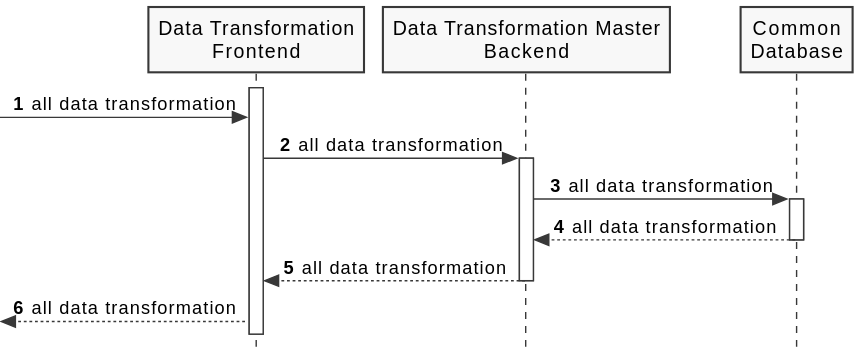
Earlier version of the PlantUML export docs/diagrams/process-view-level2-uc04.svg (FilipeMCruz/sensae-console).
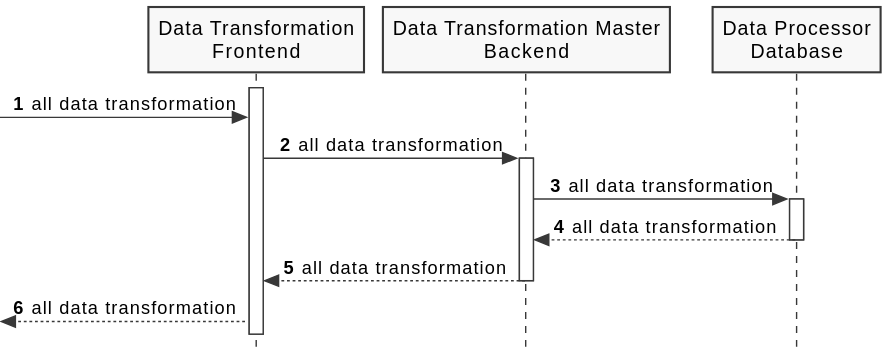
After the commit.

Change to the diagram source:
```diff
@@ -9,7 +9,7 @@
 
 participant "Data Transformation\nFrontend" as DRF
 participant "Data Transformation Master\nBackend" as DRMB
-participant "Common\nDatabase" as DRDB
+participant "Data Processor\nDatabase" as DRDB
 
 activate DRF
 
```
